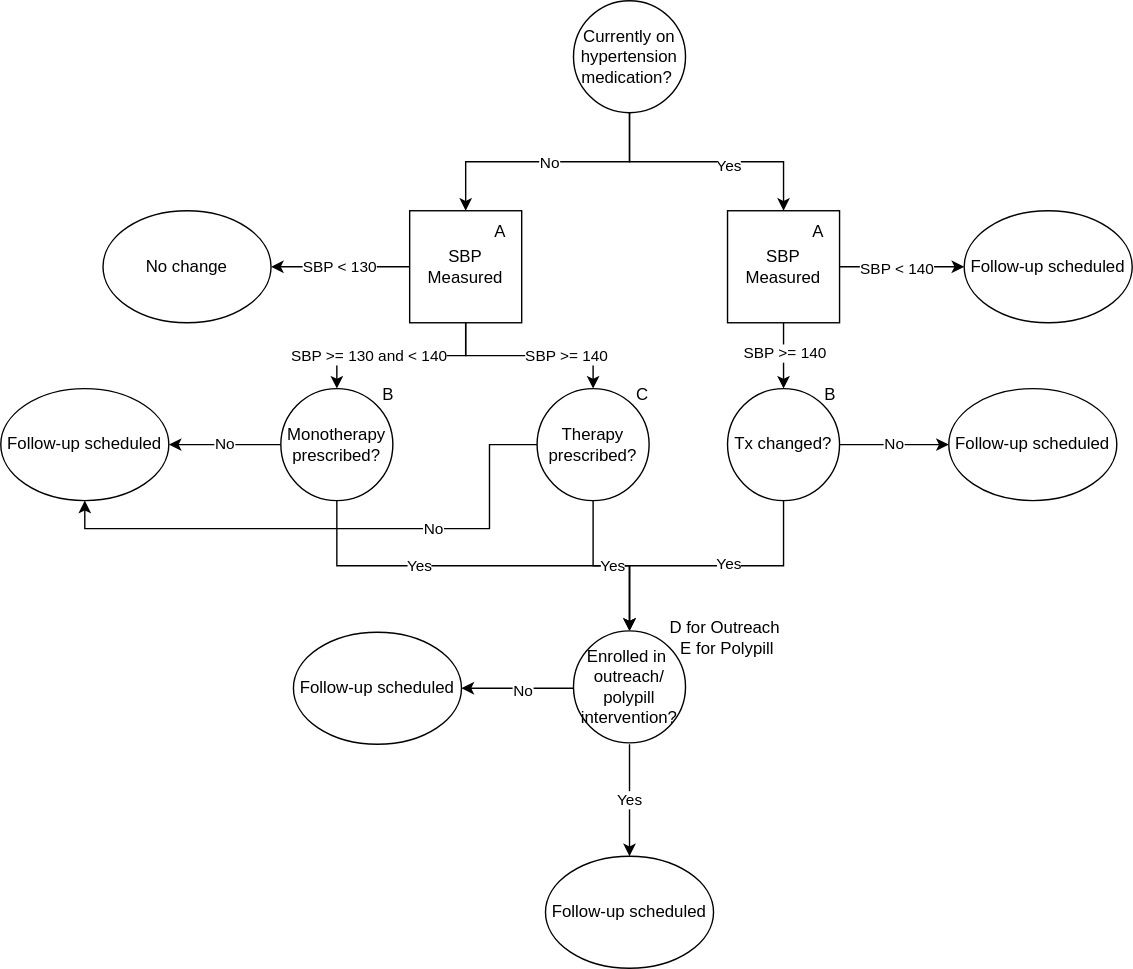
The draw.io diagram docs/source/concept_models/vivarium_us_cvd/sbp_ramp_all.svg in ihmeuw/vivarium_research, before a commit. Source tidied: cells renumbered, new cells last; positions are measured from the earlier drawing's top-left corner, leaving out a move shared by most shapes.
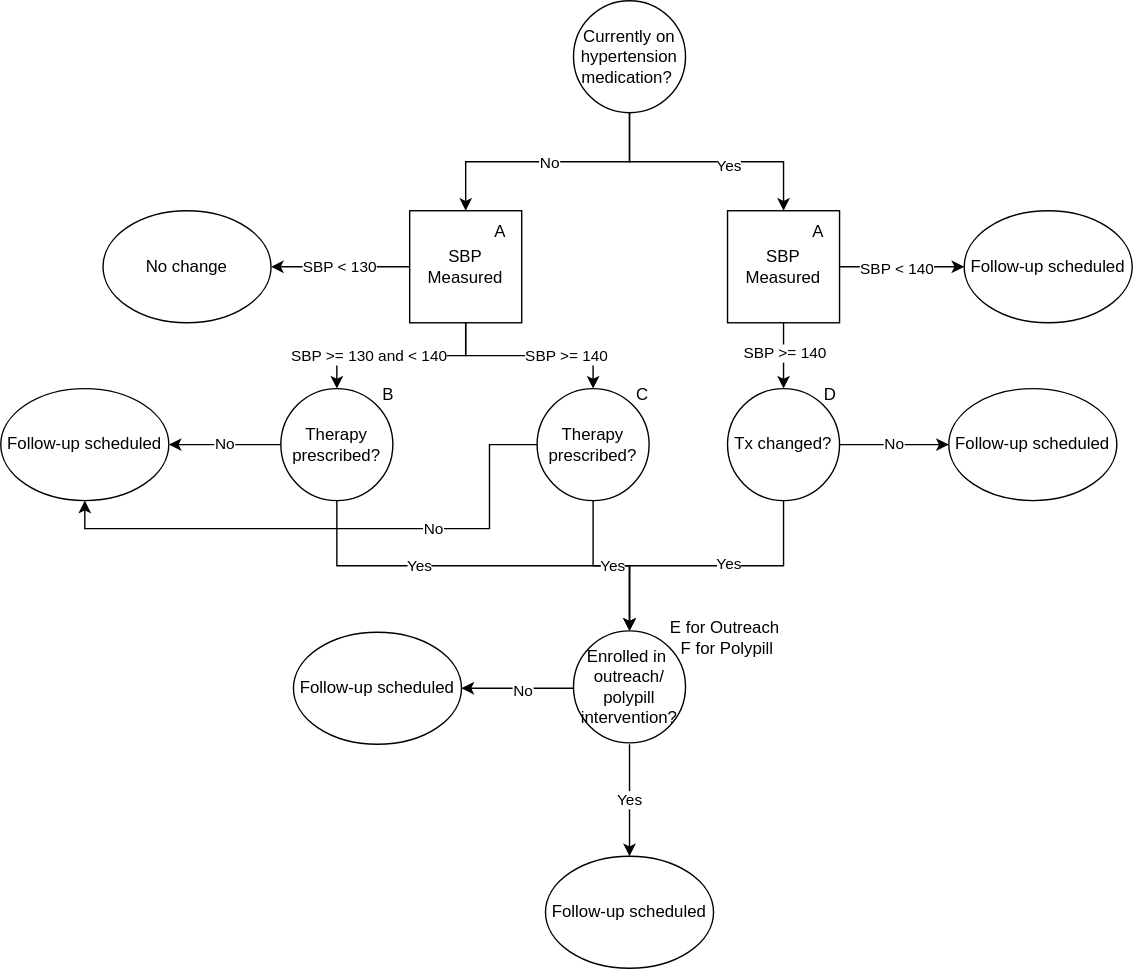
After the change.

Commit message:
updates and clarifications after talking with Steve

The edit, as a diff of the source:
```diff
@@ -30,7 +30,7 @@
     <mxCell id="9" value="Tx changed?" style="ellipse;whiteSpace=wrap;html=1;" parent="1" vertex="1">
       <mxGeometry x="519" y="277" width="80" height="80" as="geometry" />
     </mxCell>
-    <mxCell id="10" value="B" style="text;html=1;strokeColor=none;fillColor=none;align=center;verticalAlign=middle;whiteSpace=wrap;rounded=0;" parent="1" vertex="1">
+    <mxCell id="10" value="D" style="text;html=1;strokeColor=none;fillColor=none;align=center;verticalAlign=middle;whiteSpace=wrap;rounded=0;" parent="1" vertex="1">
       <mxGeometry x="577" y="267" width="31" height="30" as="geometry" />
     </mxCell>
     <mxCell id="11" value="Follow-up scheduled" style="ellipse;whiteSpace=wrap;html=1;" parent="1" vertex="1">
@@ -105,7 +105,7 @@
         </Array>
       </mxGeometry>
     </mxCell>
-    <mxCell id="28" value="Monotherapy prescribed?" style="ellipse;whiteSpace=wrap;html=1;" parent="1" vertex="1">
+    <mxCell id="28" value="Therapy prescribed?" style="ellipse;whiteSpace=wrap;html=1;" parent="1" vertex="1">
       <mxGeometry x="200" y="277" width="80" height="80" as="geometry" />
     </mxCell>
     <mxCell id="29" value="Therapy prescribed?" style="ellipse;whiteSpace=wrap;html=1;" parent="1" vertex="1">
@@ -120,7 +120,7 @@
     <mxCell id="32" value="Enrolled in&amp;nbsp; outreach/ polypill intervention?" style="ellipse;whiteSpace=wrap;html=1;" parent="1" vertex="1">
       <mxGeometry x="409" y="450" width="80" height="80" as="geometry" />
     </mxCell>
-    <mxCell id="33" value="D for Outreach&amp;nbsp;&lt;br&gt;E for Polypill" style="text;html=1;strokeColor=none;fillColor=none;align=center;verticalAlign=middle;whiteSpace=wrap;rounded=0;" parent="1" vertex="1">
+    <mxCell id="33" value="E for Outreach&amp;nbsp;&lt;br&gt;F for Polypill" style="text;html=1;strokeColor=none;fillColor=none;align=center;verticalAlign=middle;whiteSpace=wrap;rounded=0;" parent="1" vertex="1">
       <mxGeometry x="469" y="440" width="100" height="30" as="geometry" />
     </mxCell>
     <mxCell id="34" style="edgeStyle=orthogonalEdgeStyle;rounded=0;jettySize=auto;html=1;entryX=0.5;entryY=0;entryDx=0;entryDy=0;exitX=0.5;exitY=1;exitDx=0;exitDy=0;" parent="1" edge="1" source="39" target="9">
```
